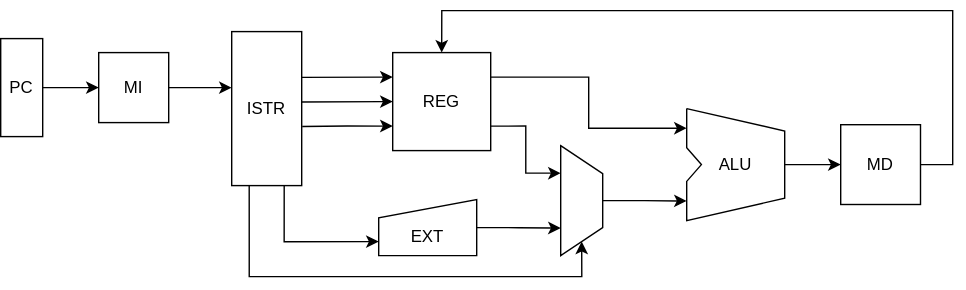
Earlier version of the draw.io export architettura_elaboratori/circuiti/arch2.svg (FedericoBustaffa/latex). Source tidied: cells renumbered, new cells last; positions are measured from the earlier drawing's top-left corner, leaving out a move shared by most shapes. Source of this version:
```xml
<mxGraphModel>
  <root>
    <mxCell id="0" />
    <mxCell id="1" parent="0" />
    <mxCell id="2" style="edgeStyle=orthogonalEdgeStyle;rounded=0;html=1;exitX=0.5;exitY=0;exitDx=0;exitDy=0;entryX=0;entryY=0.5;entryDx=0;entryDy=0;startArrow=none;startFill=0;endArrow=classic;endFill=1;fontSize=12;" parent="1" edge="1" source="3" target="5">
      <mxGeometry relative="1" as="geometry" />
    </mxCell>
    <mxCell id="3" value="PC" style="rounded=0;whiteSpace=wrap;html=1;direction=south;fontSize=12;" parent="1" vertex="1">
      <mxGeometry y="20" width="30" height="70" as="geometry" />
    </mxCell>
    <mxCell id="4" style="edgeStyle=none;rounded=0;html=1;exitX=1;exitY=0.5;exitDx=0;exitDy=0;entryX=0.364;entryY=1;entryDx=0;entryDy=0;sourcePerimeterSpacing=-2;targetPerimeterSpacing=2;entryPerimeter=0;fontSize=12;" parent="1" edge="1" source="5" target="16">
      <mxGeometry relative="1" as="geometry" />
    </mxCell>
    <mxCell id="5" value="MI" style="whiteSpace=wrap;html=1;fontSize=12;" parent="1" vertex="1">
      <mxGeometry x="70" y="30" width="50" height="50" as="geometry" />
    </mxCell>
    <mxCell id="6" style="edgeStyle=orthogonalEdgeStyle;html=1;exitX=1;exitY=0.25;exitDx=0;exitDy=0;entryX=0;entryY=0.175;entryDx=0;entryDy=0;entryPerimeter=0;rounded=0;fontSize=12;" parent="1" edge="1" source="9" target="18">
      <mxGeometry relative="1" as="geometry" />
    </mxCell>
    <mxCell id="7" style="edgeStyle=orthogonalEdgeStyle;html=1;exitX=1;exitY=0.75;exitDx=0;exitDy=0;entryX=0.25;entryY=1;entryDx=0;entryDy=0;rounded=0;" parent="1" edge="1" source="9" target="22">
      <mxGeometry relative="1" as="geometry" />
    </mxCell>
    <mxCell id="8" style="edgeStyle=orthogonalEdgeStyle;rounded=0;html=1;exitX=0;exitY=0.75;exitDx=0;exitDy=0;entryX=0.616;entryY=-0.007;entryDx=0;entryDy=0;entryPerimeter=0;startArrow=classic;startFill=1;endArrow=none;endFill=0;" parent="1" edge="1" source="9" target="16">
      <mxGeometry relative="1" as="geometry" />
    </mxCell>
    <mxCell id="9" value="REG" style="whiteSpace=wrap;html=1;fontSize=12;" parent="1" vertex="1">
      <mxGeometry x="280" y="30" width="70" height="70" as="geometry" />
    </mxCell>
    <mxCell id="10" style="edgeStyle=orthogonalEdgeStyle;html=1;exitX=1;exitY=0.5;exitDx=0;exitDy=0;entryX=0.75;entryY=1;entryDx=0;entryDy=0;rounded=0;fontSize=12;" parent="1" edge="1" source="11" target="22">
      <mxGeometry relative="1" as="geometry" />
    </mxCell>
    <mxCell id="11" value="EXT" style="shape=manualInput;whiteSpace=wrap;html=1;size=13;verticalAlign=middle;labelPosition=center;verticalLabelPosition=middle;align=center;spacingBottom=-5;spacingTop=9;fontSize=12;" parent="1" vertex="1">
      <mxGeometry x="270" y="135" width="70" height="40" as="geometry" />
    </mxCell>
    <mxCell id="12" style="edgeStyle=none;rounded=0;html=1;exitX=0.297;exitY=0.004;exitDx=0;exitDy=0;entryX=0;entryY=0.25;entryDx=0;entryDy=0;sourcePerimeterSpacing=-2;targetPerimeterSpacing=2;exitPerimeter=0;fontSize=12;" parent="1" edge="1" source="16" target="9">
      <mxGeometry relative="1" as="geometry" />
    </mxCell>
    <mxCell id="13" style="edgeStyle=none;rounded=0;html=1;exitX=0.457;exitY=0.015;exitDx=0;exitDy=0;sourcePerimeterSpacing=-2;targetPerimeterSpacing=2;exitPerimeter=0;entryX=0;entryY=0.5;entryDx=0;entryDy=0;fontSize=12;" parent="1" edge="1" source="16" target="9">
      <mxGeometry relative="1" as="geometry" />
    </mxCell>
    <mxCell id="14" style="edgeStyle=orthogonalEdgeStyle;rounded=0;html=1;exitX=1;exitY=0.25;exitDx=0;exitDy=0;entryX=0;entryY=0.75;entryDx=0;entryDy=0;startArrow=none;startFill=0;endArrow=classic;endFill=1;" parent="1" edge="1" source="16" target="11">
      <mxGeometry relative="1" as="geometry" />
    </mxCell>
    <mxCell id="15" style="edgeStyle=orthogonalEdgeStyle;rounded=0;html=1;exitX=1;exitY=0.75;exitDx=0;exitDy=0;entryX=1;entryY=0.5;entryDx=0;entryDy=0;startArrow=none;startFill=0;endArrow=classic;endFill=1;" parent="1" edge="1" source="16" target="22">
      <mxGeometry relative="1" as="geometry">
        <Array as="points">
          <mxPoint x="178" y="190" />
          <mxPoint x="415" y="190" />
        </Array>
      </mxGeometry>
    </mxCell>
    <mxCell id="16" value="ISTR" style="rounded=0;whiteSpace=wrap;html=1;direction=south;fontSize=12;" parent="1" vertex="1">
      <mxGeometry x="165" y="15" width="50" height="110" as="geometry" />
    </mxCell>
    <mxCell id="17" style="edgeStyle=orthogonalEdgeStyle;rounded=0;html=1;exitX=1;exitY=0.5;exitDx=0;exitDy=0;exitPerimeter=0;startArrow=none;startFill=0;endArrow=classic;endFill=1;entryX=0;entryY=0.5;entryDx=0;entryDy=0;fontSize=12;" parent="1" edge="1" source="18" target="20">
      <mxGeometry relative="1" as="geometry" />
    </mxCell>
    <mxCell id="18" value="ALU" style="shape=(stored shape, 336 characters);whiteSpace=wrap;html=1;fontSize=12;" parent="1" vertex="1">
      <mxGeometry x="490" y="70" width="70" height="80" as="geometry" />
    </mxCell>
    <mxCell id="19" style="edgeStyle=orthogonalEdgeStyle;rounded=0;html=1;exitX=1;exitY=0.5;exitDx=0;exitDy=0;entryX=0.5;entryY=0;entryDx=0;entryDy=0;fontSize=12;" parent="1" edge="1" source="20" target="9">
      <mxGeometry relative="1" as="geometry">
        <Array as="points">
          <mxPoint x="680" y="110" />
          <mxPoint x="680" />
          <mxPoint x="315" />
        </Array>
      </mxGeometry>
    </mxCell>
    <mxCell id="20" value="MD" style="whiteSpace=wrap;html=1;fontSize=12;" parent="1" vertex="1">
      <mxGeometry x="600" y="81.5" width="57" height="57" as="geometry" />
    </mxCell>
    <mxCell id="21" style="edgeStyle=orthogonalEdgeStyle;rounded=0;html=1;exitX=0.5;exitY=0;exitDx=0;exitDy=0;entryX=0;entryY=0.825;entryDx=0;entryDy=0;entryPerimeter=0;" parent="1" edge="1" source="22" target="18">
      <mxGeometry relative="1" as="geometry" />
    </mxCell>
    <mxCell id="22" style="shape=trapezoid;perimeter=trapezoidPerimeter;whiteSpace=wrap;html=1;fixedSize=1;direction=south;" parent="1" vertex="1">
      <mxGeometry x="400" y="96.5" width="30" height="78.5" as="geometry" />
    </mxCell>
  </root>
</mxGraphModel>
```
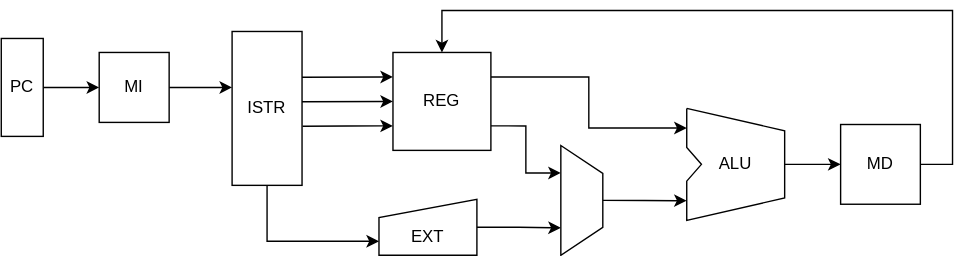
The same diagram one commit later.

The edit, as a diff of the source:
```diff
@@ -38,17 +38,9 @@
     <mxCell id="13" style="edgeStyle=none;rounded=0;html=1;exitX=0.457;exitY=0.015;exitDx=0;exitDy=0;sourcePerimeterSpacing=-2;targetPerimeterSpacing=2;exitPerimeter=0;entryX=0;entryY=0.5;entryDx=0;entryDy=0;fontSize=12;" parent="1" edge="1" source="16" target="9">
       <mxGeometry relative="1" as="geometry" />
     </mxCell>
-    <mxCell id="14" style="edgeStyle=orthogonalEdgeStyle;rounded=0;html=1;exitX=1;exitY=0.25;exitDx=0;exitDy=0;entryX=0;entryY=0.75;entryDx=0;entryDy=0;startArrow=none;startFill=0;endArrow=classic;endFill=1;" parent="1" edge="1" source="16" target="11">
+    <mxCell id="14" style="edgeStyle=orthogonalEdgeStyle;rounded=0;html=1;exitX=1;exitY=0.5;exitDx=0;exitDy=0;entryX=0;entryY=0.75;entryDx=0;entryDy=0;startArrow=none;startFill=0;endArrow=classic;endFill=1;" parent="1" edge="1" source="16" target="11">
       <mxGeometry relative="1" as="geometry" />
     </mxCell>
-    <mxCell id="15" style="edgeStyle=orthogonalEdgeStyle;rounded=0;html=1;exitX=1;exitY=0.75;exitDx=0;exitDy=0;entryX=1;entryY=0.5;entryDx=0;entryDy=0;startArrow=none;startFill=0;endArrow=classic;endFill=1;" parent="1" edge="1" source="16" target="22">
-      <mxGeometry relative="1" as="geometry">
-        <Array as="points">
-          <mxPoint x="178" y="190" />
-          <mxPoint x="415" y="190" />
-        </Array>
-      </mxGeometry>
-    </mxCell>
     <mxCell id="16" value="ISTR" style="rounded=0;whiteSpace=wrap;html=1;direction=south;fontSize=12;" parent="1" vertex="1">
       <mxGeometry x="165" y="15" width="50" height="110" as="geometry" />
     </mxCell>
```
